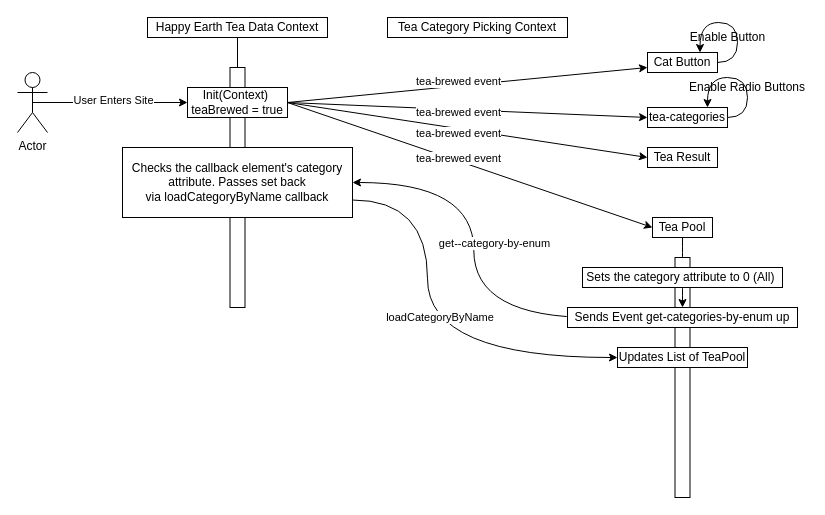
Above: InitalizationDiagram.drawio in Peter-Kang/HappyEarthTeaPicker (draw.io), before the change. Source tidied: cells renumbered, new cells numbered last; positions are measured from the earlier drawing's top-left corner, leaving out a move shared by most shapes. Both pictures are drawn from the tidied source at 100%, with x=0, y=0 at pixel (17, 17).
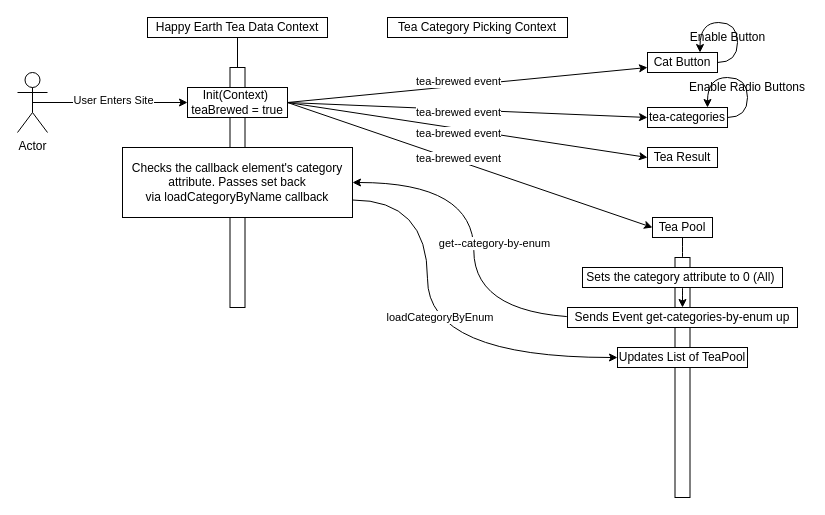
Above is the later version.

Unchanged cells that the change refers to:
```xml
<mxCell id="33" style="edgeStyle=orthogonalEdgeStyle;curved=1;rounded=0;jettySize=auto;html=1;exitX=1;exitY=0.75;exitDx=0;exitDy=0;entryX=0;entryY=0.5;entryDx=0;entryDy=0;" parent="1" edge="1" source="35" target="36">
  <mxGeometry relative="1" as="geometry">
    <Array as="points">
      <mxPoint x="410" y="182" />
      <mxPoint x="410" y="340" />
    </Array>
  </mxGeometry>
</mxCell>
```

Change to the diagram source:
```diff
@@
-    <mxCell id="34" value="loadCategoryByName&amp;nbsp;" style="edgeLabel;html=1;align=center;verticalAlign=middle;" parent="33" vertex="1">
+    <mxCell id="34" value="loadCategoryByEnum&amp;nbsp;" style="edgeLabel;html=1;align=center;verticalAlign=middle;" parent="33" vertex="1">
       <mxGeometry x="-0.09" y="13" relative="1" as="geometry" />
     </mxCell>
```
